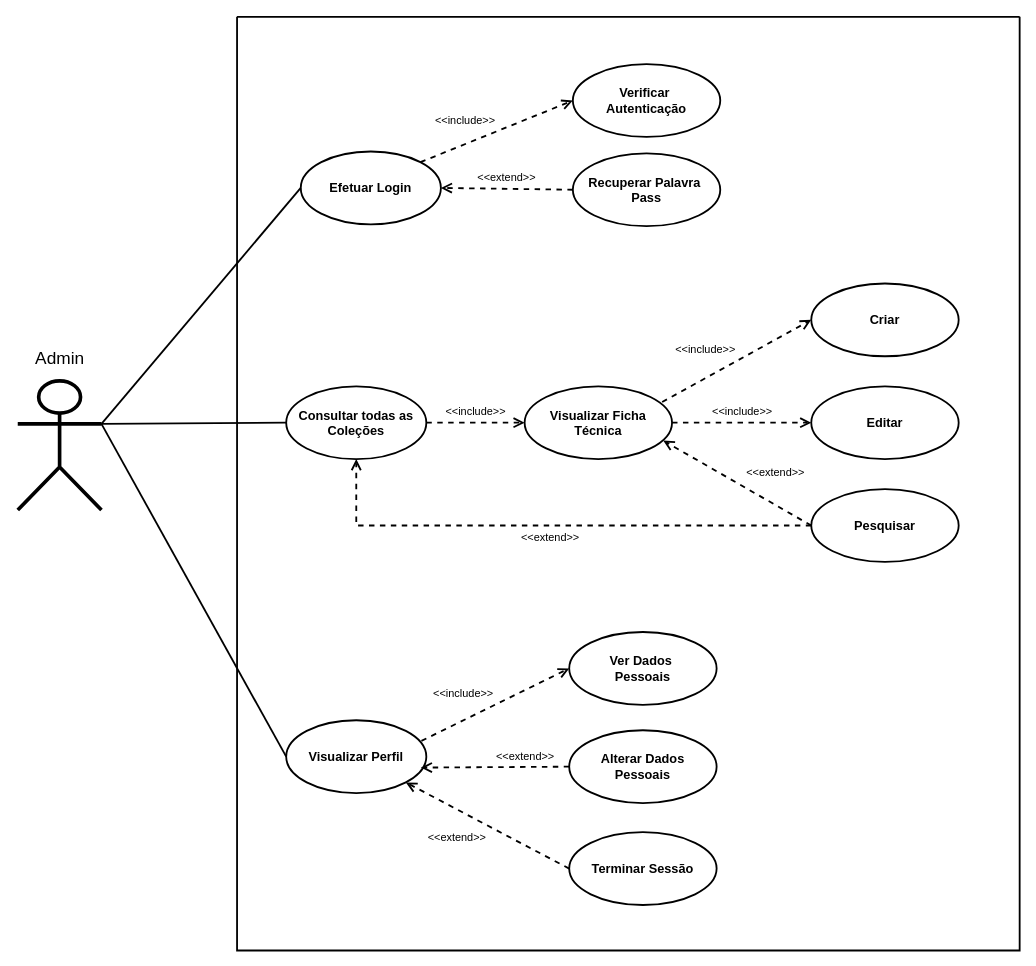
The draw.io diagram AdminUseCase.drawio in CarvalhoDaStreet/Diagrams, before the edit. Source tidied: cells renumbered, new cells numbered last; positions are measured from the earlier drawing's top-left corner, leaving out a move shared by most shapes. Both pictures are drawn from the tidied source at 91%, with x=0, y=0 at pixel (17, 16).
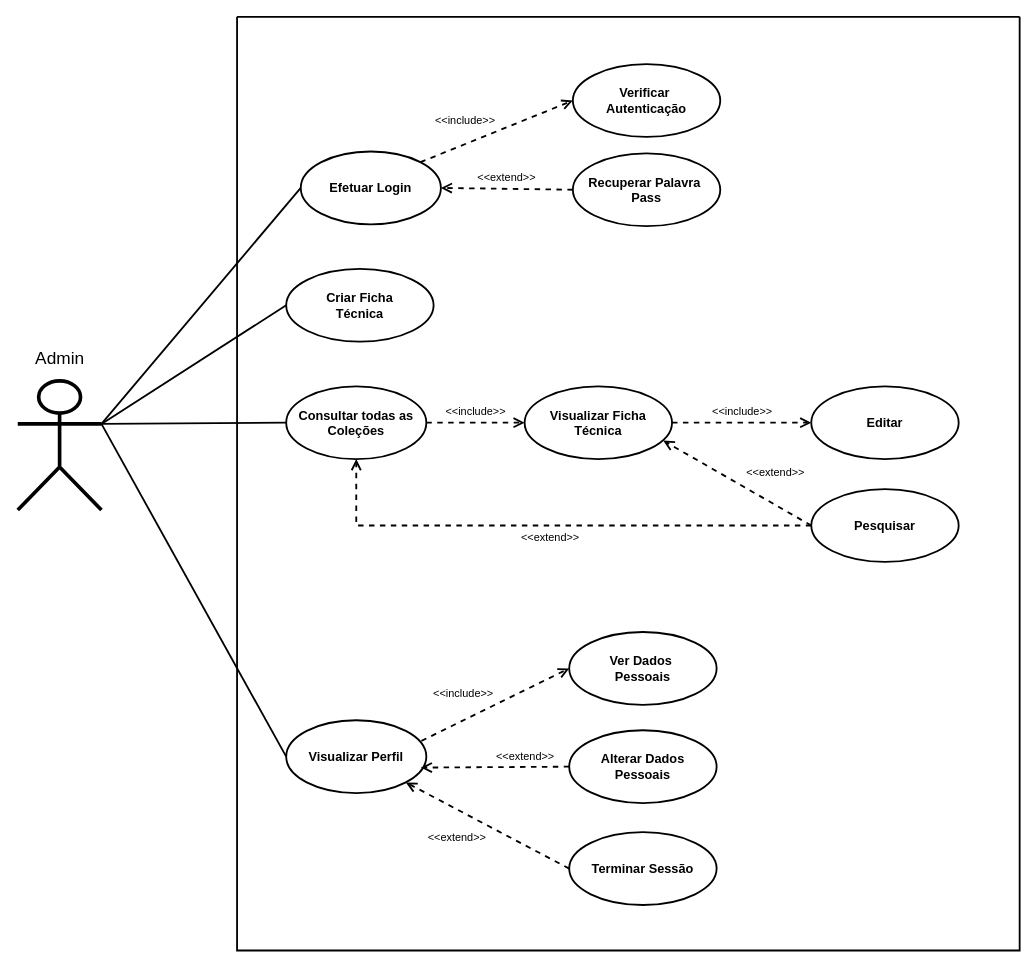
The same page after the edit.

The change refers to these unchanged cells:
```xml
<mxCell id="2" style="swimlane;startSize=0;strokeWidth=2;rounded=1;swimlaneLine=0;fillColor=none;labelBackgroundColor=none;perimeterSpacing=2;" parent="1" vertex="1">
  <mxGeometry x="241" width="860" height="1026" as="geometry" />
</mxCell>
<mxCell id="13" value="&lt;div&gt;Visualizar Ficha&lt;/div&gt;&lt;div&gt;Técnica&lt;/div&gt;" style="ellipse;whiteSpace=wrap;html=1;fillColor=none;strokeWidth=2;fontSize=14;fontStyle=1;labelBackgroundColor=none;" parent="2" vertex="1">
  <mxGeometry x="316" y="406" width="162" height="80" as="geometry" />
</mxCell>
<mxCell id="25" value="&lt;div&gt;&lt;br&gt;&lt;/div&gt;Admin" style="shape=umlActor;verticalLabelPosition=top;verticalAlign=bottom;html=1;outlineConnect=0;strokeWidth=4;labelPosition=center;align=center;spacingTop=3;spacingBottom=4;fontSize=19;fontStyle=0;spacing=8;perimeterSpacing=0;labelBackgroundColor=none;labelBorderColor=none;fillColor=none;" parent="1" vertex="1">
  <mxGeometry y="400" width="92" height="142" as="geometry" />
</mxCell>
```

What changed in the source:
```diff
@@
-    <mxCell id="9" value="Criar" style="ellipse;whiteSpace=wrap;html=1;fillColor=none;strokeWidth=2;fontSize=14;fontStyle=1;labelBackgroundColor=none;" parent="2" vertex="1">
-      <mxGeometry x="631" y="293" width="162" height="80" as="geometry" />
+    <mxCell id="9" value="Criar Ficha&lt;div&gt;Técnica&lt;/div&gt;" style="ellipse;whiteSpace=wrap;html=1;fillColor=none;strokeWidth=2;fontSize=14;fontStyle=1;labelBackgroundColor=none;" parent="2" vertex="1">
+      <mxGeometry x="54" y="277" width="162" height="80" as="geometry" />
     </mxCell>
-    <mxCell id="10" value="&amp;lt;&amp;lt;include&amp;gt;&amp;gt;" style="endArrow=open;startArrow=none;endFill=0;startFill=0;endSize=8;html=1;verticalAlign=bottom;dashed=1;labelBackgroundColor=none;rounded=0;strokeWidth=2;fontColor=default;spacingBottom=3;labelPosition=left;verticalLabelPosition=top;align=right;exitX=0.933;exitY=0.216;exitDx=0;exitDy=0;entryX=0;entryY=0.5;entryDx=0;entryDy=0;fontSize=12;exitPerimeter=0;" parent="2" edge="1" source="13" target="9">
-      <mxGeometry relative="1" as="geometry" />
-    </mxCell>
@@
+    <mxCell id="29" style="endArrow=none;html=1;rounded=0;exitX=1;exitY=0.3333333333333333;exitDx=0;exitDy=0;exitPerimeter=0;entryX=0;entryY=0.5;entryDx=0;entryDy=0;fontColor=default;strokeWidth=2;labelBackgroundColor=none;" parent="1" edge="1" source="25" target="9">
+      <mxGeometry relative="1" as="geometry" />
+    </mxCell>
```
